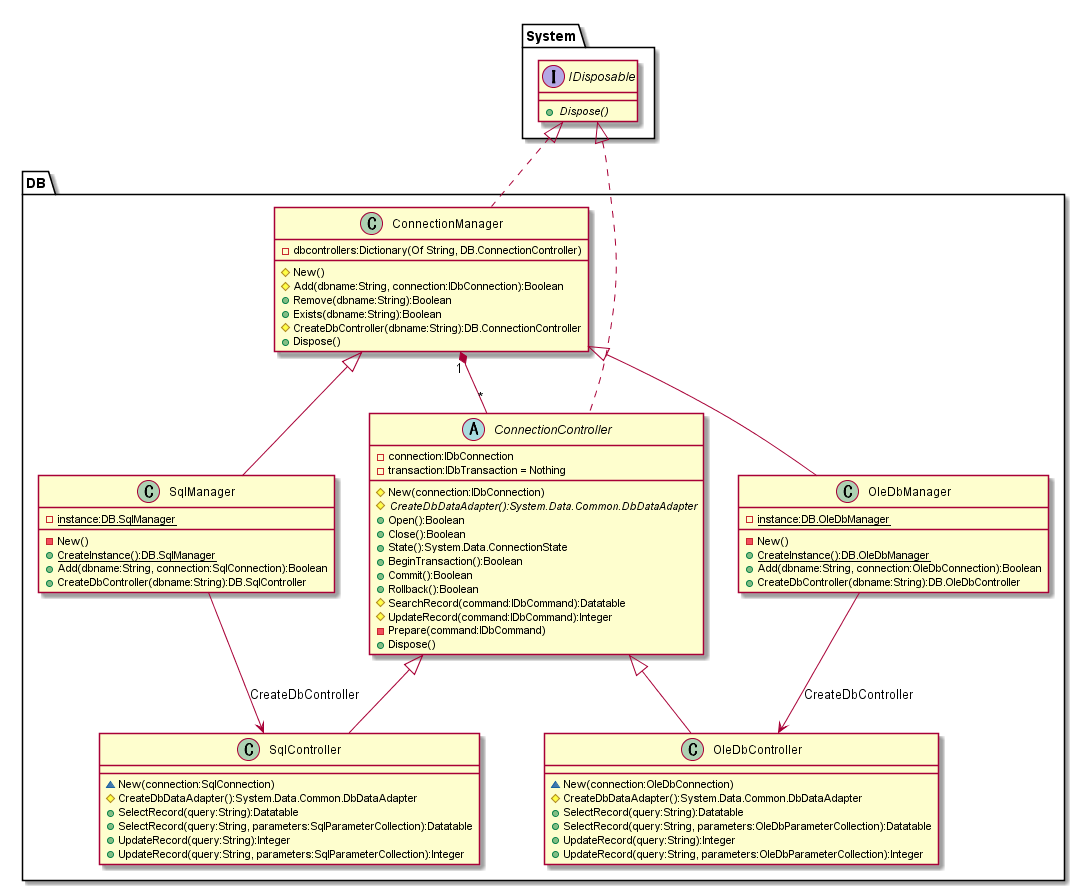
hirorich/CommonTool keeps this PlantUML diagram as doc/ClassDiagram/ConnectionControll.png. Above is the earlier version.
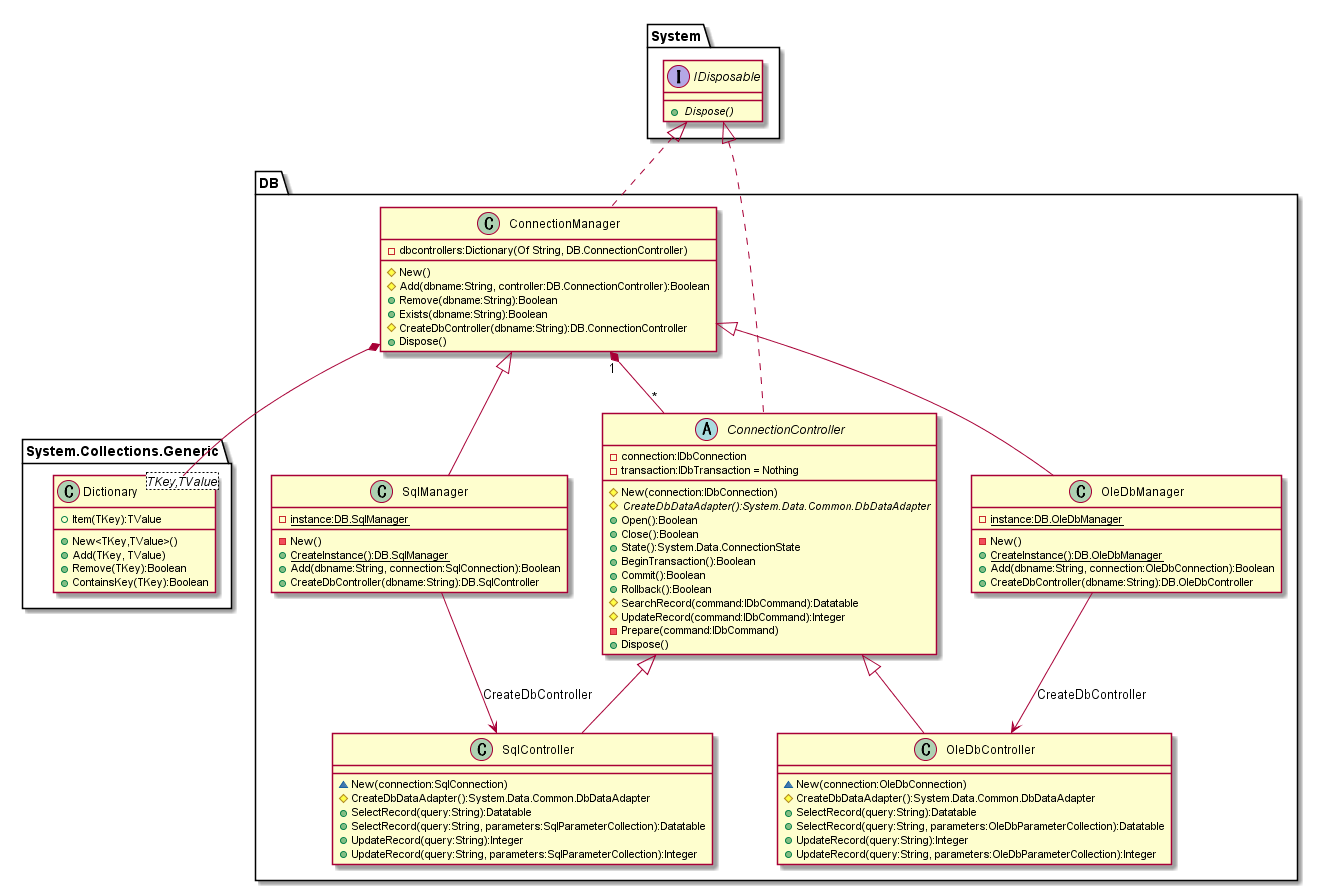
The same diagram one commit later.

Diff of the diagram source:
```diff
@@ -4,11 +4,20 @@
   + {abstract} Dispose()
 }
 
+class System.Collections.Generic.Dictionary<TKey,TValue> {
+  + {field} Item(TKey):TValue
+
+  + New<TKey,TValue>()
+  + Add(TKey, TValue)
+  + Remove(TKey):Boolean
+  + ContainsKey(TKey):Boolean
+}
+
 class DB.ConnectionManager {
   - {field} dbcontrollers:Dictionary(Of String, DB.ConnectionController)
 
   # New()
-  # Add(dbname:String, connection:IDbConnection):Boolean
+  # Add(dbname:String, controller:DB.ConnectionController):Boolean
   + Remove(dbname:String):Boolean
   + Exists(dbname:String):Boolean
   # CreateDbController(dbname:String):DB.ConnectionController
@@ -77,6 +86,7 @@
 }
 DB.ConnectionController <|-- DB.OleDbController
 
+DB.ConnectionManager *-- System.Collections.Generic.Dictionary
 DB.ConnectionManager "1" *-- "*" DB.ConnectionController
 
 DB.SqlManager --> DB.SqlController:CreateDbController
```
